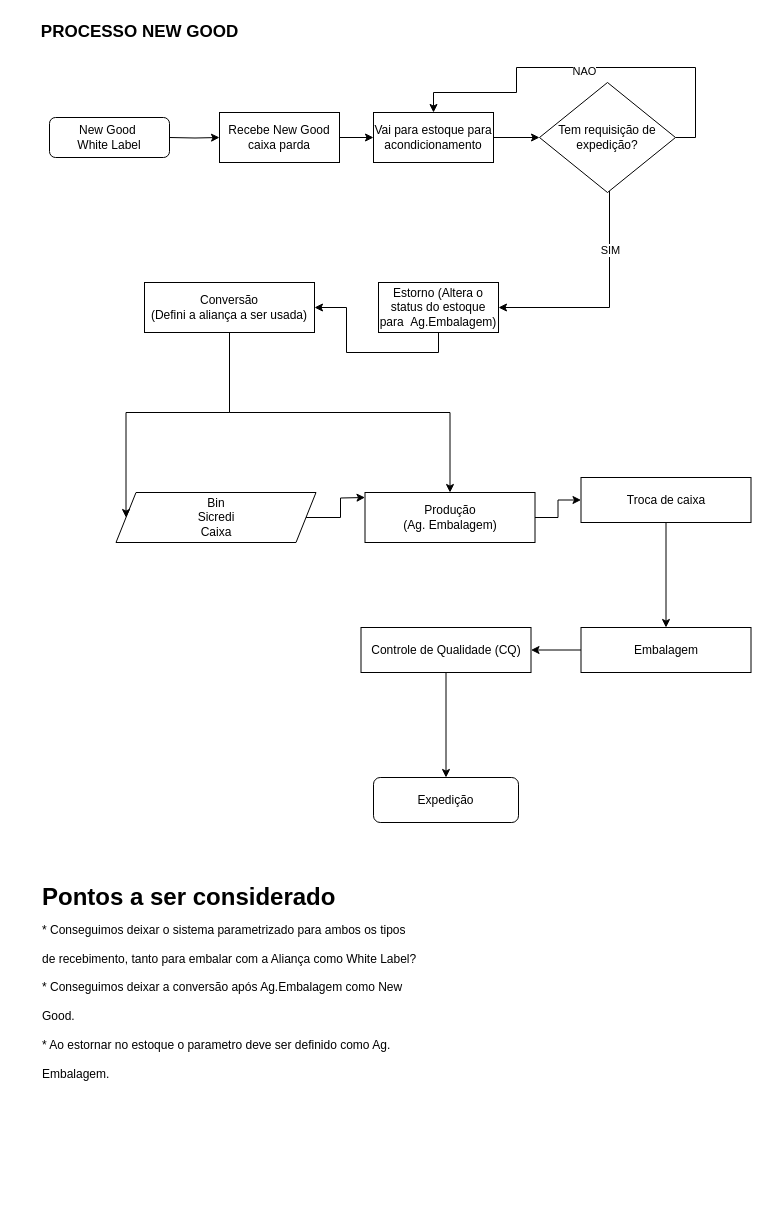
This is Untitled Diagram.drawio from rauladelino/SQL_SERVER, a draw.io file, before an edit. Source tidied: cells renumbered, new cells numbered last; positions are measured from the earlier drawing's top-left corner, leaving out a move shared by most shapes. Both pictures are drawn from the tidied source at 100%, with x=0, y=0 at pixel (29, 17).
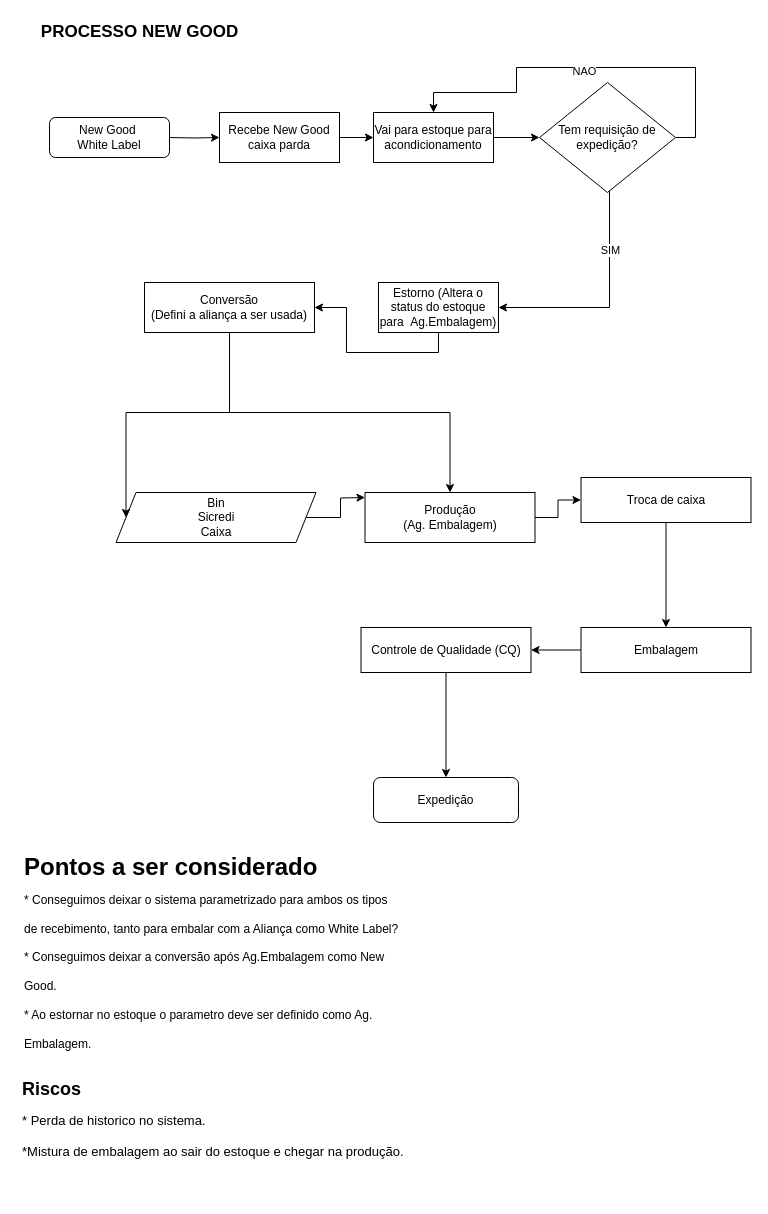
The same page after the edit.

What changed in the source:
```diff
@@
     <mxCell id="30" value="&lt;h1&gt;&lt;span style=&quot;background-color: initial;&quot;&gt;Pontos a ser considerado&lt;br&gt;&lt;/span&gt;&lt;span style=&quot;font-size: 12px; font-weight: 400;&quot;&gt;* Conseguimos deixar o sistema parametrizado para ambos os tipos de recebimento, tanto para embalar com a Aliança como White Label?&lt;br&gt;* Conseguimos deixar a conversão após Ag.Embalagem como New Good.&lt;br&gt;* Ao estornar no estoque o parametro deve ser definido como Ag. Embalagem.&lt;br&gt;&lt;br&gt;&lt;/span&gt;&lt;/h1&gt;" style="text;html=1;strokeColor=none;fillColor=none;spacing=5;spacingTop=-20;whiteSpace=wrap;overflow=hidden;rounded=0;" parent="1" vertex="1">
-      <mxGeometry x="7.5" y="860" width="385" height="220" as="geometry" />
+      <mxGeometry x="-10" y="830" width="385" height="220" as="geometry" />
     </mxCell>
+    <mxCell id="31" value="&lt;h1 style=&quot;font-size: 18px;&quot;&gt;&lt;font style=&quot;font-size: 18px;&quot;&gt;Riscos&lt;br&gt;&lt;/font&gt;&lt;/h1&gt;&lt;h1 style=&quot;font-size: 13px;&quot;&gt;&lt;span style=&quot;font-weight: 400;&quot;&gt;* Perda de historico no sistema.&lt;br&gt;&lt;br&gt;*Mistura de embalagem ao sair do estoque e chegar na produção.&amp;nbsp;&lt;br&gt;&lt;br&gt;&lt;/span&gt;&lt;/h1&gt;" style="text;html=1;strokeColor=none;fillColor=none;spacing=5;spacingTop=-20;whiteSpace=wrap;overflow=hidden;rounded=0;" parent="1" vertex="1">
+      <mxGeometry x="-12" y="1060" width="476" height="120" as="geometry" />
+    </mxCell>
```
